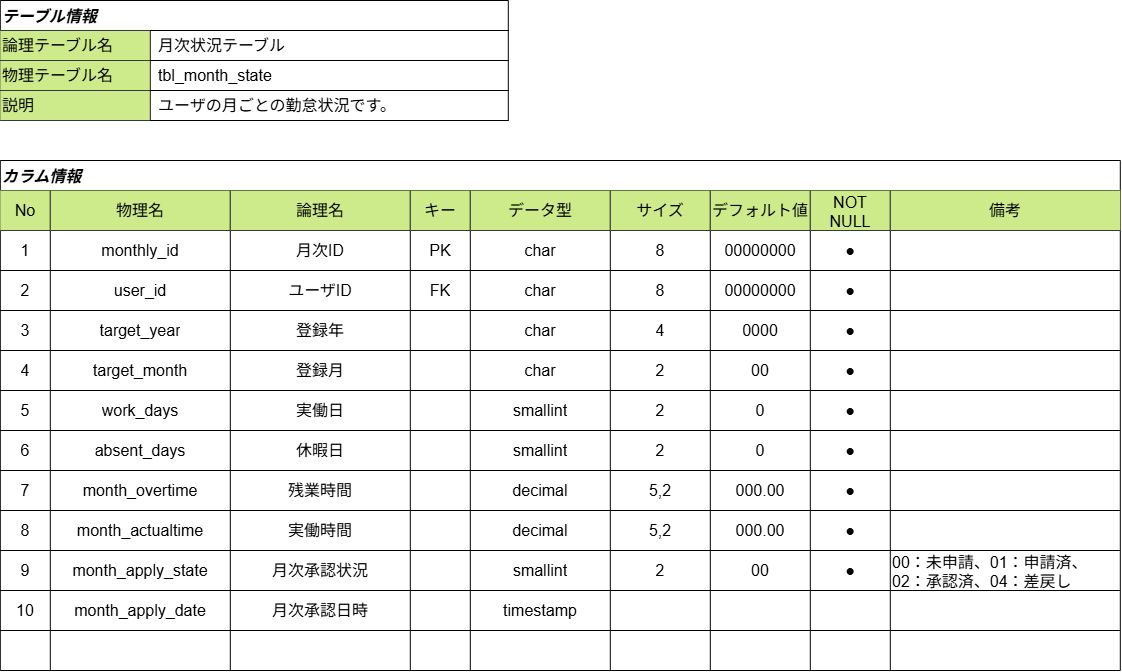
Above: docs/database/tbl_month_state.png in youkobaske/agentSupport-attendanceSystem (draw.io), before the change. Source tidied: cells renumbered, new cells last; positions are measured from the earlier drawing's top-left corner, leaving out a move shared by most shapes.
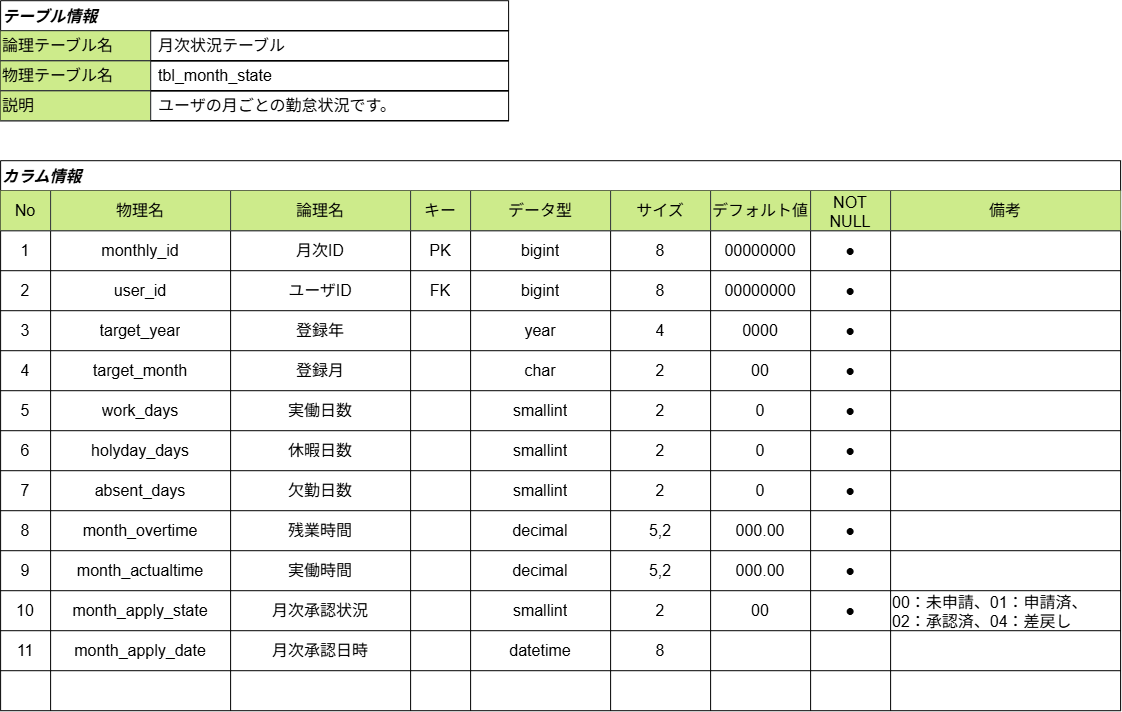
The same file after the commit.

Commit message:
tbl_month_stateに欠勤日数を追加

Change to the diagram source:
```diff
@@ -33,7 +33,7 @@
       <mxGeometry x="150" width="358" height="30" as="geometry" />
     </mxCell>
     <mxCell id="12" value="カラム情報" style="shape=table;startSize=30;strokeColor=default;fontSize=16;align=left;fontStyle=3;" parent="1" vertex="1">
-      <mxGeometry y="160" width="1120" height="510" as="geometry" />
+      <mxGeometry y="160" width="1120" height="550" as="geometry" />
     </mxCell>
     <mxCell id="13" style="shape=tableRow;horizontal=0;startSize=0;swimlaneHead=0;swimlaneBody=0;strokeColor=inherit;top=0;left=0;bottom=0;right=0;fillColor=none;fontSize=16;" parent="12" vertex="1">
       <mxGeometry y="30" width="1120" height="40" as="geometry" />
@@ -80,7 +80,7 @@
     <mxCell id="27" value="PK" style="shape=partialRectangle;html=1;whiteSpace=wrap;strokeColor=inherit;overflow=hidden;fillColor=none;top=0;left=0;bottom=0;right=0;fontSize=16;" parent="23" vertex="1">
       <mxGeometry x="410" width="60" height="40" as="geometry" />
     </mxCell>
-    <mxCell id="28" value="char" style="shape=partialRectangle;html=1;whiteSpace=wrap;strokeColor=inherit;overflow=hidden;fillColor=none;top=0;left=0;bottom=0;right=0;fontSize=16;" parent="23" vertex="1">
+    <mxCell id="28" value="bigint" style="shape=partialRectangle;html=1;whiteSpace=wrap;strokeColor=inherit;overflow=hidden;fillColor=none;top=0;left=0;bottom=0;right=0;fontSize=16;" parent="23" vertex="1">
       <mxGeometry x="470" width="140" height="40" as="geometry" />
     </mxCell>
     <mxCell id="29" value="8" style="shape=partialRectangle;html=1;whiteSpace=wrap;strokeColor=inherit;overflow=hidden;fillColor=none;top=0;left=0;bottom=0;right=0;fontSize=16;" parent="23" vertex="1">
@@ -110,7 +110,7 @@
     <mxCell id="37" value="FK" style="shape=partialRectangle;html=1;whiteSpace=wrap;strokeColor=inherit;overflow=hidden;fillColor=none;top=0;left=0;bottom=0;right=0;fontSize=16;" parent="33" vertex="1">
       <mxGeometry x="410" width="60" height="40" as="geometry" />
     </mxCell>
-    <mxCell id="38" value="char" style="shape=partialRectangle;html=1;whiteSpace=wrap;strokeColor=inherit;overflow=hidden;fillColor=none;top=0;left=0;bottom=0;right=0;fontSize=16;" parent="33" vertex="1">
+    <mxCell id="38" value="bigint" style="shape=partialRectangle;html=1;whiteSpace=wrap;strokeColor=inherit;overflow=hidden;fillColor=none;top=0;left=0;bottom=0;right=0;fontSize=16;" parent="33" vertex="1">
       <mxGeometry x="470" width="140" height="40" as="geometry" />
     </mxCell>
     <mxCell id="39" value="8" style="shape=partialRectangle;html=1;whiteSpace=wrap;strokeColor=inherit;overflow=hidden;fillColor=none;top=0;left=0;bottom=0;right=0;fontSize=16;" parent="33" vertex="1">
@@ -140,7 +140,7 @@
     <mxCell id="47" style="shape=partialRectangle;html=1;whiteSpace=wrap;strokeColor=inherit;overflow=hidden;fillColor=none;top=0;left=0;bottom=0;right=0;fontSize=16;" parent="43" vertex="1">
       <mxGeometry x="410" width="60" height="40" as="geometry" />
     </mxCell>
-    <mxCell id="48" value="char" style="shape=partialRectangle;html=1;whiteSpace=wrap;strokeColor=inherit;overflow=hidden;fillColor=none;top=0;left=0;bottom=0;right=0;fontSize=16;" parent="43" vertex="1">
+    <mxCell id="48" value="year" style="shape=partialRectangle;html=1;whiteSpace=wrap;strokeColor=inherit;overflow=hidden;fillColor=none;top=0;left=0;bottom=0;right=0;fontSize=16;" parent="43" vertex="1">
       <mxGeometry x="470" width="140" height="40" as="geometry" />
     </mxCell>
     <mxCell id="49" value="4" style="shape=partialRectangle;html=1;whiteSpace=wrap;strokeColor=inherit;overflow=hidden;fillColor=none;top=0;left=0;bottom=0;right=0;fontSize=16;" parent="43" vertex="1">
@@ -194,7 +194,7 @@
     <mxCell id="65" value="work_days" style="shape=partialRectangle;html=1;whiteSpace=wrap;strokeColor=inherit;overflow=hidden;fillColor=none;top=0;left=0;bottom=0;right=0;fontSize=16;" parent="63" vertex="1">
       <mxGeometry x="50" width="180" height="40" as="geometry" />
     </mxCell>
-    <mxCell id="66" value="実働日" style="shape=partialRectangle;html=1;whiteSpace=wrap;strokeColor=inherit;overflow=hidden;fillColor=none;top=0;left=0;bottom=0;right=0;fontSize=16;" parent="63" vertex="1">
+    <mxCell id="66" value="実働日数" style="shape=partialRectangle;html=1;whiteSpace=wrap;strokeColor=inherit;overflow=hidden;fillColor=none;top=0;left=0;bottom=0;right=0;fontSize=16;" parent="63" vertex="1">
       <mxGeometry x="230" width="180" height="40" as="geometry" />
     </mxCell>
     <mxCell id="67" style="shape=partialRectangle;html=1;whiteSpace=wrap;strokeColor=inherit;overflow=hidden;fillColor=none;top=0;left=0;bottom=0;right=0;fontSize=16;" parent="63" vertex="1">
@@ -221,10 +221,10 @@
     <mxCell id="74" value="6" style="shape=partialRectangle;html=1;whiteSpace=wrap;strokeColor=inherit;overflow=hidden;fillColor=none;top=0;left=0;bottom=0;right=0;fontSize=16;" parent="73" vertex="1">
       <mxGeometry width="50" height="40" as="geometry" />
     </mxCell>
-    <mxCell id="75" value="absent_days" style="shape=partialRectangle;html=1;whiteSpace=wrap;strokeColor=inherit;overflow=hidden;fillColor=none;top=0;left=0;bottom=0;right=0;fontSize=16;" parent="73" vertex="1">
+    <mxCell id="75" value="holyday_days" style="shape=partialRectangle;html=1;whiteSpace=wrap;strokeColor=inherit;overflow=hidden;fillColor=none;top=0;left=0;bottom=0;right=0;fontSize=16;" parent="73" vertex="1">
       <mxGeometry x="50" width="180" height="40" as="geometry" />
     </mxCell>
-    <mxCell id="76" value="休暇日" style="shape=partialRectangle;html=1;whiteSpace=wrap;strokeColor=inherit;overflow=hidden;fillColor=none;top=0;left=0;bottom=0;right=0;fontSize=16;" parent="73" vertex="1">
+    <mxCell id="76" value="休暇日数" style="shape=partialRectangle;html=1;whiteSpace=wrap;strokeColor=inherit;overflow=hidden;fillColor=none;top=0;left=0;bottom=0;right=0;fontSize=16;" parent="73" vertex="1">
       <mxGeometry x="230" width="180" height="40" as="geometry" />
     </mxCell>
     <mxCell id="77" style="shape=partialRectangle;html=1;whiteSpace=wrap;strokeColor=inherit;overflow=hidden;fillColor=none;top=0;left=0;bottom=0;right=0;fontSize=16;" parent="73" vertex="1">
@@ -245,10 +245,40 @@
     <mxCell id="82" style="shape=partialRectangle;html=1;whiteSpace=wrap;strokeColor=inherit;overflow=hidden;fillColor=none;top=0;left=0;bottom=0;right=0;fontSize=16;align=left;" parent="73" vertex="1">
       <mxGeometry x="890" width="230" height="40" as="geometry" />
     </mxCell>
+    <mxCell id="133" style="shape=tableRow;horizontal=0;startSize=0;swimlaneHead=0;swimlaneBody=0;strokeColor=inherit;top=0;left=0;bottom=0;right=0;fillColor=none;fontSize=16;" parent="12" vertex="1">
+      <mxGeometry y="310" width="1120" height="40" as="geometry" />
+    </mxCell>
+    <mxCell id="134" value="7" style="shape=partialRectangle;html=1;whiteSpace=wrap;strokeColor=inherit;overflow=hidden;fillColor=none;top=0;left=0;bottom=0;right=0;fontSize=16;" parent="133" vertex="1">
+      <mxGeometry width="50" height="40" as="geometry" />
+    </mxCell>
+    <mxCell id="135" value="absent_days" style="shape=partialRectangle;html=1;whiteSpace=wrap;strokeColor=inherit;overflow=hidden;fillColor=none;top=0;left=0;bottom=0;right=0;fontSize=16;" parent="133" vertex="1">
+      <mxGeometry x="50" width="180" height="40" as="geometry" />
+    </mxCell>
+    <mxCell id="136" value="欠勤日数" style="shape=partialRectangle;html=1;whiteSpace=wrap;strokeColor=inherit;overflow=hidden;fillColor=none;top=0;left=0;bottom=0;right=0;fontSize=16;" parent="133" vertex="1">
+      <mxGeometry x="230" width="180" height="40" as="geometry" />
+    </mxCell>
+    <mxCell id="137" style="shape=partialRectangle;html=1;whiteSpace=wrap;strokeColor=inherit;overflow=hidden;fillColor=none;top=0;left=0;bottom=0;right=0;fontSize=16;" parent="133" vertex="1">
+      <mxGeometry x="410" width="60" height="40" as="geometry" />
+    </mxCell>
+    <mxCell id="138" value="smallint" style="shape=partialRectangle;html=1;whiteSpace=wrap;strokeColor=inherit;overflow=hidden;fillColor=none;top=0;left=0;bottom=0;right=0;fontSize=16;" parent="133" vertex="1">
+      <mxGeometry x="470" width="140" height="40" as="geometry" />
+    </mxCell>
+    <mxCell id="139" value="2" style="shape=partialRectangle;html=1;whiteSpace=wrap;strokeColor=inherit;overflow=hidden;fillColor=none;top=0;left=0;bottom=0;right=0;fontSize=16;" parent="133" vertex="1">
+      <mxGeometry x="610" width="100" height="40" as="geometry" />
+    </mxCell>
+    <mxCell id="140" value="0" style="shape=partialRectangle;html=1;whiteSpace=wrap;strokeColor=inherit;overflow=hidden;fillColor=none;top=0;left=0;bottom=0;right=0;fontSize=16;" parent="133" vertex="1">
+      <mxGeometry x="710" width="100" height="40" as="geometry" />
+    </mxCell>
+    <mxCell id="141" value="●" style="shape=partialRectangle;html=1;whiteSpace=wrap;strokeColor=inherit;overflow=hidden;fillColor=none;top=0;left=0;bottom=0;right=0;fontSize=16;" parent="133" vertex="1">
+      <mxGeometry x="810" width="80" height="40" as="geometry" />
+    </mxCell>
+    <mxCell id="142" style="shape=partialRectangle;html=1;whiteSpace=wrap;strokeColor=inherit;overflow=hidden;fillColor=none;top=0;left=0;bottom=0;right=0;fontSize=16;align=left;" parent="133" vertex="1">
+      <mxGeometry x="890" width="230" height="40" as="geometry" />
+    </mxCell>
     <mxCell id="83" style="shape=tableRow;horizontal=0;startSize=0;swimlaneHead=0;swimlaneBody=0;strokeColor=inherit;top=0;left=0;bottom=0;right=0;fillColor=none;fontSize=16;" parent="12" vertex="1">
-      <mxGeometry y="310" width="1120" height="40" as="geometry" />
+      <mxGeometry y="350" width="1120" height="40" as="geometry" />
     </mxCell>
-    <mxCell id="84" value="7" style="shape=partialRectangle;html=1;whiteSpace=wrap;strokeColor=inherit;overflow=hidden;fillColor=none;top=0;left=0;bottom=0;right=0;fontSize=16;" parent="83" vertex="1">
+    <mxCell id="84" value="8" style="shape=partialRectangle;html=1;whiteSpace=wrap;strokeColor=inherit;overflow=hidden;fillColor=none;top=0;left=0;bottom=0;right=0;fontSize=16;" parent="83" vertex="1">
       <mxGeometry width="50" height="40" as="geometry" />
     </mxCell>
     <mxCell id="85" value="month_overtime" style="shape=partialRectangle;html=1;whiteSpace=wrap;strokeColor=inherit;overflow=hidden;fillColor=none;top=0;left=0;bottom=0;right=0;fontSize=16;" parent="83" vertex="1">
@@ -276,9 +306,9 @@
       <mxGeometry x="890" width="230" height="40" as="geometry" />
     </mxCell>
     <mxCell id="93" style="shape=tableRow;horizontal=0;startSize=0;swimlaneHead=0;swimlaneBody=0;strokeColor=inherit;top=0;left=0;bottom=0;right=0;fillColor=none;fontSize=16;" parent="12" vertex="1">
-      <mxGeometry y="350" width="1120" height="40" as="geometry" />
+      <mxGeometry y="390" width="1120" height="40" as="geometry" />
     </mxCell>
-    <mxCell id="94" value="8" style="shape=partialRectangle;html=1;whiteSpace=wrap;strokeColor=inherit;overflow=hidden;fillColor=none;top=0;left=0;bottom=0;right=0;fontSize=16;" parent="93" vertex="1">
+    <mxCell id="94" value="9" style="shape=partialRectangle;html=1;whiteSpace=wrap;strokeColor=inherit;overflow=hidden;fillColor=none;top=0;left=0;bottom=0;right=0;fontSize=16;" parent="93" vertex="1">
       <mxGeometry width="50" height="40" as="geometry" />
     </mxCell>
     <mxCell id="95" value="month_actualtime" style="shape=partialRectangle;html=1;whiteSpace=wrap;strokeColor=inherit;overflow=hidden;fillColor=none;top=0;left=0;bottom=0;right=0;fontSize=16;" parent="93" vertex="1">
@@ -306,9 +336,9 @@
       <mxGeometry x="890" width="230" height="40" as="geometry" />
     </mxCell>
     <mxCell id="103" style="shape=tableRow;horizontal=0;startSize=0;swimlaneHead=0;swimlaneBody=0;strokeColor=inherit;top=0;left=0;bottom=0;right=0;fillColor=none;fontSize=16;" parent="12" vertex="1">
-      <mxGeometry y="390" width="1120" height="40" as="geometry" />
+      <mxGeometry y="430" width="1120" height="40" as="geometry" />
     </mxCell>
-    <mxCell id="104" value="9" style="shape=partialRectangle;html=1;whiteSpace=wrap;strokeColor=inherit;overflow=hidden;fillColor=none;top=0;left=0;bottom=0;right=0;fontSize=16;" parent="103" vertex="1">
+    <mxCell id="104" value="10" style="shape=partialRectangle;html=1;whiteSpace=wrap;strokeColor=inherit;overflow=hidden;fillColor=none;top=0;left=0;bottom=0;right=0;fontSize=16;" parent="103" vertex="1">
       <mxGeometry width="50" height="40" as="geometry" />
     </mxCell>
     <mxCell id="105" value="month_apply_state" style="shape=partialRectangle;html=1;whiteSpace=wrap;strokeColor=inherit;overflow=hidden;fillColor=none;top=0;left=0;bottom=0;right=0;fontSize=16;" parent="103" vertex="1">
@@ -336,9 +366,9 @@
       <mxGeometry x="890" width="230" height="40" as="geometry" />
     </mxCell>
     <mxCell id="113" style="shape=tableRow;horizontal=0;startSize=0;swimlaneHead=0;swimlaneBody=0;strokeColor=inherit;top=0;left=0;bottom=0;right=0;fillColor=none;fontSize=16;" parent="12" vertex="1">
-      <mxGeometry y="430" width="1120" height="40" as="geometry" />
+      <mxGeometry y="470" width="1120" height="40" as="geometry" />
     </mxCell>
-    <mxCell id="114" value="10" style="shape=partialRectangle;html=1;whiteSpace=wrap;strokeColor=inherit;overflow=hidden;fillColor=none;top=0;left=0;bottom=0;right=0;fontSize=16;" parent="113" vertex="1">
+    <mxCell id="114" value="11" style="shape=partialRectangle;html=1;whiteSpace=wrap;strokeColor=inherit;overflow=hidden;fillColor=none;top=0;left=0;bottom=0;right=0;fontSize=16;" parent="113" vertex="1">
       <mxGeometry width="50" height="40" as="geometry" />
     </mxCell>
     <mxCell id="115" value="month_apply_date" style="shape=partialRectangle;html=1;whiteSpace=wrap;strokeColor=inherit;overflow=hidden;fillColor=none;top=0;left=0;bottom=0;right=0;fontSize=16;" parent="113" vertex="1">
@@ -350,10 +380,10 @@
     <mxCell id="117" style="shape=partialRectangle;html=1;whiteSpace=wrap;strokeColor=inherit;overflow=hidden;fillColor=none;top=0;left=0;bottom=0;right=0;fontSize=16;" parent="113" vertex="1">
       <mxGeometry x="410" width="60" height="40" as="geometry" />
     </mxCell>
-    <mxCell id="118" value="timestamp" style="shape=partialRectangle;html=1;whiteSpace=wrap;strokeColor=inherit;overflow=hidden;fillColor=none;top=0;left=0;bottom=0;right=0;fontSize=16;" parent="113" vertex="1">
+    <mxCell id="118" value="datetime" style="shape=partialRectangle;html=1;whiteSpace=wrap;strokeColor=inherit;overflow=hidden;fillColor=none;top=0;left=0;bottom=0;right=0;fontSize=16;" parent="113" vertex="1">
       <mxGeometry x="470" width="140" height="40" as="geometry" />
     </mxCell>
-    <mxCell id="119" style="shape=partialRectangle;html=1;whiteSpace=wrap;strokeColor=inherit;overflow=hidden;fillColor=none;top=0;left=0;bottom=0;right=0;fontSize=16;" parent="113" vertex="1">
+    <mxCell id="119" value="8" style="shape=partialRectangle;html=1;whiteSpace=wrap;strokeColor=inherit;overflow=hidden;fillColor=none;top=0;left=0;bottom=0;right=0;fontSize=16;" parent="113" vertex="1">
       <mxGeometry x="610" width="100" height="40" as="geometry" />
     </mxCell>
     <mxCell id="120" style="shape=partialRectangle;html=1;whiteSpace=wrap;strokeColor=inherit;overflow=hidden;fillColor=none;top=0;left=0;bottom=0;right=0;fontSize=16;" parent="113" vertex="1">
@@ -366,7 +396,7 @@
       <mxGeometry x="890" width="230" height="40" as="geometry" />
     </mxCell>
     <mxCell id="123" style="shape=tableRow;horizontal=0;startSize=0;swimlaneHead=0;swimlaneBody=0;strokeColor=inherit;top=0;left=0;bottom=0;right=0;fillColor=none;fontSize=16;" parent="12" vertex="1">
-      <mxGeometry y="470" width="1120" height="40" as="geometry" />
+      <mxGeometry y="510" width="1120" height="40" as="geometry" />
     </mxCell>
     <mxCell id="124" style="shape=partialRectangle;html=1;whiteSpace=wrap;strokeColor=inherit;overflow=hidden;fillColor=none;top=0;left=0;bottom=0;right=0;fontSize=16;" parent="123" vertex="1">
       <mxGeometry width="50" height="40" as="geometry" />
```
